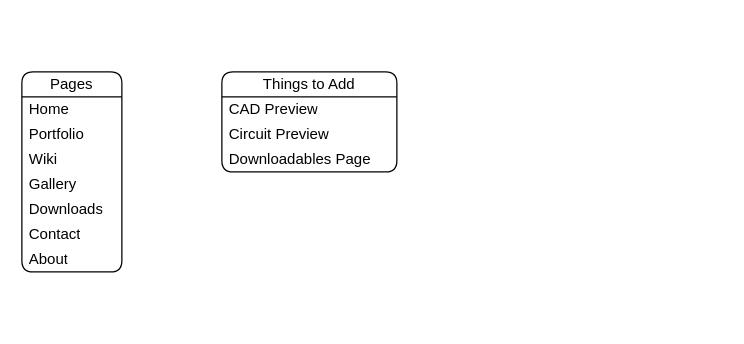
XCR1793/FeatherForge-Website keeps this draw.io diagram as page "> Notes <" (1 of 7) of Documents/Layout.drawio. Above is the earlier version. Source tidied: cells renumbered, new cells numbered last; positions are measured from the earlier drawing's top-left corner, leaving out a move shared by most shapes. Both pictures are drawn from the tidied source at 125%, with x=0, y=0 at pixel (21, 71).
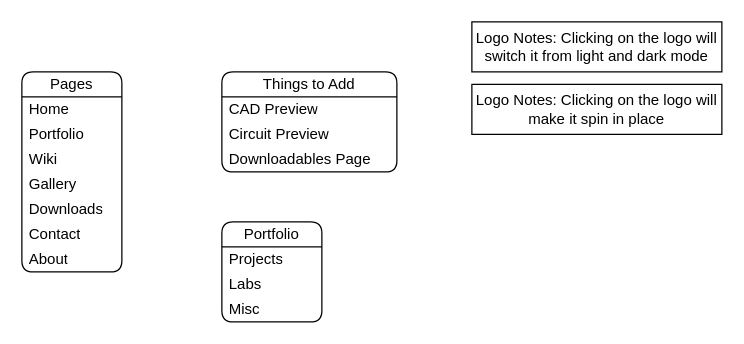
The same page after the edit.

Commit message:
Added Logo Notes

What changed in the source:
```diff
@@
 <mxGraphModel>
   <root>
     <mxCell id="0" />
     <mxCell id="1" parent="0" />
     <mxCell id="2" value="Pages" style="swimlane;fontStyle=0;horizontal=1;startSize=20;whiteSpace=wrap;html=1;rounded=1;" parent="1" vertex="1">
       <mxGeometry width="80" height="160" as="geometry" />
     </mxCell>
     <mxCell id="3" value="Home" style="text;strokeColor=none;fillColor=none;align=left;verticalAlign=middle;spacingLeft=4;spacingRight=4;overflow=hidden;whiteSpace=wrap;html=1;" parent="2" vertex="1">
       <mxGeometry y="20" width="80" height="20" as="geometry" />
     </mxCell>
     <mxCell id="4" value="Portfolio" style="text;strokeColor=none;fillColor=none;align=left;verticalAlign=middle;spacingLeft=4;spacingRight=4;overflow=hidden;whiteSpace=wrap;html=1;" parent="2" vertex="1">
       <mxGeometry y="40" width="80" height="20" as="geometry" />
     </mxCell>
     <mxCell id="5" value="Wiki" style="text;strokeColor=none;fillColor=none;align=left;verticalAlign=middle;spacingLeft=4;spacingRight=4;overflow=hidden;whiteSpace=wrap;html=1;" parent="2" vertex="1">
       <mxGeometry y="60" width="80" height="20" as="geometry" />
     </mxCell>
     <mxCell id="6" value="Gallery" style="text;strokeColor=none;fillColor=none;align=left;verticalAlign=middle;spacingLeft=4;spacingRight=4;overflow=hidden;whiteSpace=wrap;html=1;" parent="2" vertex="1">
       <mxGeometry y="80" width="80" height="20" as="geometry" />
     </mxCell>
     <mxCell id="7" value="Downloads" style="text;strokeColor=none;fillColor=none;align=left;verticalAlign=middle;spacingLeft=4;spacingRight=4;overflow=hidden;whiteSpace=wrap;html=1;" parent="2" vertex="1">
       <mxGeometry y="100" width="80" height="20" as="geometry" />
     </mxCell>
     <mxCell id="8" value="Contact" style="text;strokeColor=none;fillColor=none;align=left;verticalAlign=middle;spacingLeft=4;spacingRight=4;overflow=hidden;whiteSpace=wrap;html=1;" parent="2" vertex="1">
       <mxGeometry y="120" width="80" height="20" as="geometry" />
     </mxCell>
     <mxCell id="9" value="About" style="text;strokeColor=none;fillColor=none;align=left;verticalAlign=middle;spacingLeft=4;spacingRight=4;overflow=hidden;whiteSpace=wrap;html=1;" parent="2" vertex="1">
       <mxGeometry y="140" width="80" height="20" as="geometry" />
     </mxCell>
     <mxCell id="10" value="Things to Add" style="swimlane;fontStyle=0;horizontal=1;startSize=20;whiteSpace=wrap;html=1;rounded=1;" parent="1" vertex="1">
       <mxGeometry x="160" width="140" height="80" as="geometry" />
     </mxCell>
     <mxCell id="11" value="CAD Preview" style="text;strokeColor=none;fillColor=none;align=left;verticalAlign=middle;spacingLeft=4;spacingRight=4;overflow=hidden;whiteSpace=wrap;html=1;" parent="10" vertex="1">
       <mxGeometry y="20" width="140" height="20" as="geometry" />
     </mxCell>
     <mxCell id="12" value="Circuit Preview" style="text;strokeColor=none;fillColor=none;align=left;verticalAlign=middle;spacingLeft=4;spacingRight=4;overflow=hidden;whiteSpace=wrap;html=1;" parent="10" vertex="1">
       <mxGeometry y="40" width="140" height="20" as="geometry" />
     </mxCell>
     <mxCell id="13" value="Downloadables Page" style="text;strokeColor=none;fillColor=none;align=left;verticalAlign=middle;spacingLeft=4;spacingRight=4;overflow=hidden;whiteSpace=wrap;html=1;" parent="10" vertex="1">
       <mxGeometry y="60" width="140" height="20" as="geometry" />
     </mxCell>
+    <mxCell id="14" value="Portfolio" style="swimlane;fontStyle=0;horizontal=1;startSize=20;whiteSpace=wrap;html=1;rounded=1;" parent="1" vertex="1">
+      <mxGeometry x="160" y="120" width="80" height="80" as="geometry" />
+    </mxCell>
+    <mxCell id="15" value="Projects" style="text;strokeColor=none;fillColor=none;align=left;verticalAlign=middle;spacingLeft=4;spacingRight=4;overflow=hidden;whiteSpace=wrap;html=1;" parent="14" vertex="1">
+      <mxGeometry y="20" width="80" height="20" as="geometry" />
+    </mxCell>
+    <mxCell id="16" value="Labs" style="text;strokeColor=none;fillColor=none;align=left;verticalAlign=middle;spacingLeft=4;spacingRight=4;overflow=hidden;whiteSpace=wrap;html=1;" parent="14" vertex="1">
+      <mxGeometry y="40" width="80" height="20" as="geometry" />
+    </mxCell>
+    <mxCell id="17" value="Misc" style="text;strokeColor=none;fillColor=none;align=left;verticalAlign=middle;spacingLeft=4;spacingRight=4;overflow=hidden;whiteSpace=wrap;html=1;" parent="14" vertex="1">
+      <mxGeometry y="60" width="80" height="20" as="geometry" />
+    </mxCell>
+    <mxCell id="18" value="Logo Notes: Clicking on the logo will switch it from light and dark mode" style="rounded=0;whiteSpace=wrap;html=1;" parent="1" vertex="1">
+      <mxGeometry x="360" y="-40" width="200" height="40" as="geometry" />
+    </mxCell>
+    <mxCell id="19" value="Logo Notes: Clicking on the logo will make it spin in place" style="rounded=0;whiteSpace=wrap;html=1;" parent="1" vertex="1">
+      <mxGeometry x="360" y="10" width="200" height="40" as="geometry" />
+    </mxCell>
   </root>
 </mxGraphModel>
```
